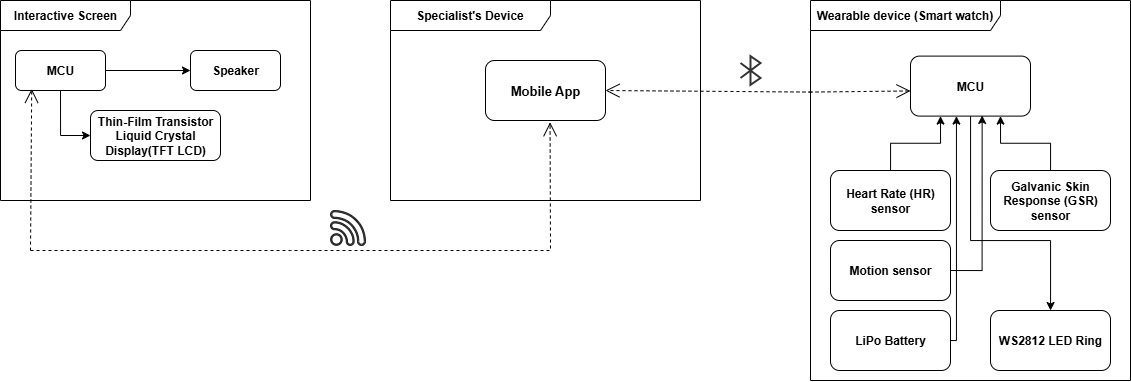
Above: figure/blockdiagram4.drawio.png in Batoul-Shaheen/Smart-Assistant-System-for-Children-with-Autism-Graduation-Project (draw.io), before the change. Source tidied: cells renumbered, new cells last; positions are measured from the earlier drawing's top-left corner, leaving out a move shared by most shapes.
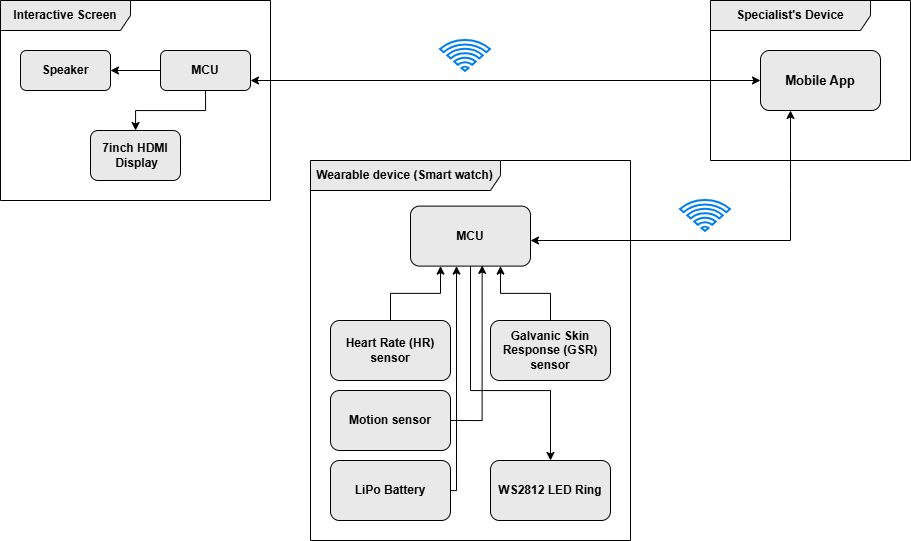
Above is the later version.

Change to the diagram source:
```diff
@@ -2,105 +2,97 @@
   <root>
     <mxCell id="0" />
     <mxCell id="1" parent="0" />
-    <mxCell id="2" style="edgeStyle=orthogonalEdgeStyle;rounded=0;jettySize=auto;html=1;" parent="1" edge="1" source="3" target="11">
+    <mxCell id="2" style="edgeStyle=orthogonalEdgeStyle;rounded=0;jettySize=auto;html=1;fillColor=#E9E9E9;" parent="1" edge="1" source="3" target="11">
       <mxGeometry relative="1" as="geometry">
         <Array as="points">
-          <mxPoint x="970" y="240" />
-          <mxPoint x="1050" y="240" />
+          <mxPoint x="550" y="390" />
+          <mxPoint x="630" y="390" />
         </Array>
       </mxGeometry>
     </mxCell>
-    <mxCell id="3" value="&lt;b&gt;MCU&lt;/b&gt;" style="rounded=1;whiteSpace=wrap;html=1;labelBackgroundColor=none;" parent="1" vertex="1">
-      <mxGeometry x="910" y="55.6" width="120" height="60" as="geometry" />
+    <mxCell id="3" value="&lt;b&gt;MCU&lt;/b&gt;" style="rounded=1;whiteSpace=wrap;html=1;labelBackgroundColor=none;fillColor=#E9E9E9;" parent="1" vertex="1">
+      <mxGeometry x="490" y="205.6" width="120" height="60" as="geometry" />
     </mxCell>
-    <mxCell id="4" style="edgeStyle=orthogonalEdgeStyle;rounded=0;jettySize=auto;html=1;entryX=0.75;entryY=1;entryDx=0;entryDy=0;" parent="1" edge="1" source="5" target="3">
+    <mxCell id="4" style="edgeStyle=orthogonalEdgeStyle;rounded=0;jettySize=auto;html=1;entryX=0.75;entryY=1;entryDx=0;entryDy=0;fillColor=#E9E9E9;" parent="1" edge="1" source="5" target="3">
       <mxGeometry relative="1" as="geometry" />
     </mxCell>
-    <mxCell id="5" value="&lt;span id=&quot;docs-internal-guid-1d2b2df4-7fff-5331-a6de-4bb7f2f5ade0&quot;&gt;&lt;span style=&quot;font-family: Arial, sans-serif; background-color: transparent; font-variant-numeric: normal; font-variant-east-asian: normal; font-variant-alternates: normal; font-variant-position: normal; font-variant-emoji: normal; vertical-align: baseline; white-space-collapse: preserve;&quot;&gt;&lt;font&gt;&lt;b&gt;Galvanic Skin Response (GSR) sensor&lt;/b&gt;&lt;/font&gt;&lt;/span&gt;&lt;/span&gt;" style="rounded=1;whiteSpace=wrap;html=1;labelBackgroundColor=none;" parent="1" vertex="1">
-      <mxGeometry x="990" y="170" width="120" height="60" as="geometry" />
+    <mxCell id="5" value="&lt;span id=&quot;docs-internal-guid-1d2b2df4-7fff-5331-a6de-4bb7f2f5ade0&quot;&gt;&lt;span style=&quot;font-family: Arial, sans-serif; background-color: transparent; font-variant-numeric: normal; font-variant-east-asian: normal; font-variant-alternates: normal; font-variant-position: normal; font-variant-emoji: normal; vertical-align: baseline; white-space-collapse: preserve;&quot;&gt;&lt;font&gt;&lt;b&gt;Galvanic Skin Response (GSR) sensor&lt;/b&gt;&lt;/font&gt;&lt;/span&gt;&lt;/span&gt;" style="rounded=1;whiteSpace=wrap;html=1;labelBackgroundColor=none;fillColor=#E9E9E9;" parent="1" vertex="1">
+      <mxGeometry x="570" y="320" width="120" height="60" as="geometry" />
     </mxCell>
-    <mxCell id="6" style="edgeStyle=orthogonalEdgeStyle;rounded=0;jettySize=auto;html=1;entryX=0.25;entryY=1;entryDx=0;entryDy=0;" parent="1" edge="1" source="7" target="3">
+    <mxCell id="6" style="edgeStyle=orthogonalEdgeStyle;rounded=0;jettySize=auto;html=1;entryX=0.25;entryY=1;entryDx=0;entryDy=0;fillColor=#E9E9E9;" parent="1" edge="1" source="7" target="3">
       <mxGeometry relative="1" as="geometry" />
     </mxCell>
-    <mxCell id="7" value="&lt;b&gt;Heart Rate (HR) sensor&lt;/b&gt;" style="rounded=1;whiteSpace=wrap;html=1;labelBackgroundColor=none;" parent="1" vertex="1">
-      <mxGeometry x="830" y="170" width="120" height="60" as="geometry" />
+    <mxCell id="7" value="&lt;b&gt;Heart Rate (HR) sensor&lt;/b&gt;" style="rounded=1;whiteSpace=wrap;html=1;labelBackgroundColor=none;fillColor=#E9E9E9;" parent="1" vertex="1">
+      <mxGeometry x="410" y="320" width="120" height="60" as="geometry" />
     </mxCell>
-    <mxCell id="8" style="edgeStyle=orthogonalEdgeStyle;rounded=0;orthogonalLoop=1;jettySize=auto;html=1;exitX=0;exitY=0.5;exitDx=0;exitDy=0;entryX=0;entryY=0.5;entryDx=0;entryDy=0;" parent="1" edge="1" source="9" target="9">
+    <mxCell id="8" style="edgeStyle=orthogonalEdgeStyle;rounded=0;orthogonalLoop=1;jettySize=auto;html=1;exitX=0;exitY=0.5;exitDx=0;exitDy=0;entryX=0;entryY=0.5;entryDx=0;entryDy=0;fillColor=#E9E9E9;" parent="1" edge="1" source="9" target="9">
       <mxGeometry relative="1" as="geometry" />
     </mxCell>
-    <mxCell id="9" value="&lt;b&gt;Speaker&lt;/b&gt;" style="rounded=1;whiteSpace=wrap;html=1;labelBackgroundColor=none;" parent="1" vertex="1">
-      <mxGeometry x="190" y="50" width="90" height="40" as="geometry" />
+    <mxCell id="9" value="&lt;b&gt;Speaker&lt;/b&gt;" style="rounded=1;whiteSpace=wrap;html=1;labelBackgroundColor=none;fillColor=#E9E9E9;" parent="1" vertex="1">
+      <mxGeometry x="100" y="50" width="90" height="40" as="geometry" />
     </mxCell>
-    <mxCell id="10" value="&lt;font&gt;&lt;b&gt;&lt;span id=&quot;docs-internal-guid-b77b8f1c-7fff-7668-a700-44bb1193938d&quot;&gt;&lt;span style=&quot;font-family: Arial, sans-serif; background-color: transparent; font-variant-numeric: normal; font-variant-east-asian: normal; font-variant-alternates: normal; font-variant-position: normal; font-variant-emoji: normal; vertical-align: baseline; white-space-collapse: preserve;&quot;&gt;Thin-Film Transistor Liquid Crystal Display(&lt;/span&gt;&lt;/span&gt;&lt;span id=&quot;docs-internal-guid-f0ff8ede-7fff-e09f-75ba-0ded49d70a49&quot;&gt;&lt;span style=&quot;font-family: Arial, sans-serif; background-color: transparent; font-variant-numeric: normal; font-variant-east-asian: normal; font-variant-alternates: normal; font-variant-position: normal; font-variant-emoji: normal; vertical-align: baseline; white-space-collapse: preserve;&quot;&gt;TFT &lt;/span&gt;&lt;/span&gt;LCD)&lt;/b&gt;&lt;/font&gt;" style="rounded=1;whiteSpace=wrap;html=1;labelBackgroundColor=none;" parent="1" vertex="1">
-      <mxGeometry x="90" y="110" width="130" height="50" as="geometry" />
+    <mxCell id="10" value="&lt;font face=&quot;Arial, sans-serif&quot;&gt;&lt;span style=&quot;white-space-collapse: preserve;&quot;&gt;&lt;b&gt;7inch HDMI&lt;/b&gt;&lt;/span&gt;&lt;/font&gt;&lt;div&gt;&lt;font face=&quot;Arial, sans-serif&quot;&gt;&lt;span style=&quot;white-space-collapse: preserve;&quot;&gt;&lt;b&gt; Display&lt;/b&gt;&lt;/span&gt;&lt;/font&gt;&lt;/div&gt;" style="rounded=1;whiteSpace=wrap;html=1;labelBackgroundColor=none;fillColor=#E9E9E9;" parent="1" vertex="1">
+      <mxGeometry x="170" y="130" width="90" height="50" as="geometry" />
     </mxCell>
-    <mxCell id="11" value="&lt;b&gt;WS2812 LED Ring&lt;/b&gt;" style="rounded=1;whiteSpace=wrap;html=1;labelBackgroundColor=none;" parent="1" vertex="1">
-      <mxGeometry x="990" y="310" width="120" height="60" as="geometry" />
+    <mxCell id="11" value="&lt;b&gt;WS2812 LED Ring&lt;/b&gt;" style="rounded=1;whiteSpace=wrap;html=1;labelBackgroundColor=none;fillColor=#E9E9E9;" parent="1" vertex="1">
+      <mxGeometry x="570" y="460" width="120" height="60" as="geometry" />
     </mxCell>
-    <mxCell id="12" value="&lt;font&gt;&lt;b style=&quot;&quot;&gt;Interactive Screen&lt;/b&gt;&lt;/font&gt;" style="shape=umlFrame;whiteSpace=wrap;html=1;width=130;height=30;" parent="1" vertex="1">
-      <mxGeometry width="310" height="200" as="geometry" />
+    <mxCell id="12" value="&lt;font&gt;&lt;b style=&quot;&quot;&gt;Interactive Screen&lt;/b&gt;&lt;/font&gt;" style="shape=umlFrame;whiteSpace=wrap;html=1;width=130;height=30;fillColor=#E9E9E9;" parent="1" vertex="1">
+      <mxGeometry x="80" width="270" height="200" as="geometry" />
     </mxCell>
-    <mxCell id="13" style="edgeStyle=orthogonalEdgeStyle;rounded=0;jettySize=auto;html=1;exitX=1;exitY=0.5;exitDx=0;exitDy=0;" parent="1" edge="1" source="23" target="9">
-      <mxGeometry relative="1" as="geometry" />
-    </mxCell>
-    <mxCell id="14" value="&lt;b style=&quot;text-align: left;&quot;&gt;&lt;font&gt;Wearable device (Smart watch)&lt;/font&gt;&lt;/b&gt;" style="shape=umlFrame;whiteSpace=wrap;html=1;width=190;height=30;" parent="1" vertex="1">
-      <mxGeometry x="810" width="320" height="380" as="geometry" />
+    <mxCell id="14" value="&lt;b style=&quot;text-align: left;&quot;&gt;&lt;font&gt;Wearable device (Smart watch)&lt;/font&gt;&lt;/b&gt;" style="shape=umlFrame;whiteSpace=wrap;html=1;width=190;height=30;fillColor=#E9E9E9;" parent="1" vertex="1">
+      <mxGeometry x="390" y="160" width="320" height="380" as="geometry" />
     </mxCell>
-    <mxCell id="15" value="&lt;div style=&quot;&quot;&gt;&lt;b style=&quot;&quot;&gt;&lt;font&gt;Specialist's Device&lt;/font&gt;&lt;/b&gt;&lt;/div&gt;" style="shape=umlFrame;whiteSpace=wrap;html=1;width=160;height=30;align=center;" parent="1" vertex="1">
-      <mxGeometry x="390" width="310" height="200" as="geometry" />
+    <mxCell id="15" value="&lt;div style=&quot;&quot;&gt;&lt;b style=&quot;&quot;&gt;&lt;font&gt;Specialist's Device&lt;/font&gt;&lt;/b&gt;&lt;/div&gt;" style="shape=umlFrame;whiteSpace=wrap;html=1;width=160;height=30;align=center;fillColor=#E9E9E9;" parent="1" vertex="1">
+      <mxGeometry x="790" width="200" height="160" as="geometry" />
     </mxCell>
-    <mxCell id="16" value="&lt;p class=&quot;&quot;&gt;&lt;strong&gt;&lt;font style=&quot;font-size: 13px;&quot;&gt;Mobile App&lt;/font&gt;&lt;/strong&gt;&lt;/p&gt;" style="rounded=1;whiteSpace=wrap;html=1;labelBackgroundColor=none;" parent="1" vertex="1">
-      <mxGeometry x="485" y="60" width="120" height="60" as="geometry" />
+    <mxCell id="16" value="&lt;p class=&quot;&quot;&gt;&lt;strong&gt;&lt;font style=&quot;font-size: 13px;&quot;&gt;Mobile App&lt;/font&gt;&lt;/strong&gt;&lt;/p&gt;" style="rounded=1;whiteSpace=wrap;html=1;labelBackgroundColor=none;fillColor=#E9E9E9;" parent="1" vertex="1">
+      <mxGeometry x="840" y="50" width="120" height="60" as="geometry" />
     </mxCell>
-    <mxCell id="17" value="&lt;b&gt;LiPo Battery&lt;/b&gt;" style="rounded=1;whiteSpace=wrap;html=1;labelBackgroundColor=none;" parent="1" vertex="1">
-      <mxGeometry x="830" y="310" width="120" height="60" as="geometry" />
+    <mxCell id="17" value="&lt;b&gt;LiPo Battery&lt;/b&gt;" style="rounded=1;whiteSpace=wrap;html=1;labelBackgroundColor=none;fillColor=#E9E9E9;" parent="1" vertex="1">
+      <mxGeometry x="410" y="460" width="120" height="60" as="geometry" />
     </mxCell>
-    <mxCell id="18" style="html=1;verticalLabelPosition=bottom;align=center;labelBackgroundColor=#ffffff;verticalAlign=top;strokeWidth=2;strokeColor=#333333;shadow=0;dashed=0;shape=mxgraph.ios7.icons.bluetooth;" parent="1" vertex="1">
-      <mxGeometry x="740" y="55.6" width="20" height="28.8" as="geometry" />
-    </mxCell>
-    <mxCell id="19" value="&lt;span id=&quot;docs-internal-guid-1d2b2df4-7fff-5331-a6de-4bb7f2f5ade0&quot;&gt;&lt;span style=&quot;font-family: Arial, sans-serif; background-color: transparent; font-variant-numeric: normal; font-variant-east-asian: normal; font-variant-alternates: normal; font-variant-position: normal; font-variant-emoji: normal; vertical-align: baseline; white-space-collapse: preserve;&quot;&gt;&lt;font&gt;&lt;b&gt;Motion sensor&lt;/b&gt;&lt;/font&gt;&lt;/span&gt;&lt;/span&gt;" style="rounded=1;whiteSpace=wrap;html=1;labelBackgroundColor=none;" parent="1" vertex="1">
-      <mxGeometry x="830" y="240" width="120" height="60" as="geometry" />
+    <mxCell id="19" value="&lt;span id=&quot;docs-internal-guid-1d2b2df4-7fff-5331-a6de-4bb7f2f5ade0&quot;&gt;&lt;span style=&quot;font-family: Arial, sans-serif; background-color: transparent; font-variant-numeric: normal; font-variant-east-asian: normal; font-variant-alternates: normal; font-variant-position: normal; font-variant-emoji: normal; vertical-align: baseline; white-space-collapse: preserve;&quot;&gt;&lt;font&gt;&lt;b&gt;Motion sensor&lt;/b&gt;&lt;/font&gt;&lt;/span&gt;&lt;/span&gt;" style="rounded=1;whiteSpace=wrap;html=1;labelBackgroundColor=none;fillColor=#E9E9E9;" parent="1" vertex="1">
+      <mxGeometry x="410" y="390" width="120" height="60" as="geometry" />
     </mxCell>
-    <mxCell id="20" style="edgeStyle=orthogonalEdgeStyle;rounded=0;jettySize=auto;html=1;" parent="1" edge="1" source="17" target="3">
+    <mxCell id="20" style="edgeStyle=orthogonalEdgeStyle;rounded=0;jettySize=auto;html=1;fillColor=#E9E9E9;" parent="1" edge="1" source="17" target="3">
       <mxGeometry relative="1" as="geometry">
         <Array as="points">
-          <mxPoint x="956" y="340" />
+          <mxPoint x="536" y="490" />
         </Array>
       </mxGeometry>
     </mxCell>
-    <mxCell id="21" style="edgeStyle=orthogonalEdgeStyle;rounded=0;jettySize=auto;html=1;exitX=1;exitY=0.5;exitDx=0;exitDy=0;entryX=0.597;entryY=0.989;entryDx=0;entryDy=0;entryPerimeter=0;" parent="1" edge="1" source="19" target="3">
+    <mxCell id="21" style="edgeStyle=orthogonalEdgeStyle;rounded=0;jettySize=auto;html=1;exitX=1;exitY=0.5;exitDx=0;exitDy=0;entryX=0.597;entryY=0.989;entryDx=0;entryDy=0;entryPerimeter=0;fillColor=#E9E9E9;" parent="1" edge="1" source="19" target="3">
       <mxGeometry relative="1" as="geometry" />
     </mxCell>
+    <mxCell id="13" style="edgeStyle=orthogonalEdgeStyle;rounded=0;jettySize=auto;html=1;fillColor=#E9E9E9;" parent="1" edge="1" source="23" target="9">
+      <mxGeometry relative="1" as="geometry" />
+    </mxCell>
-    <mxCell id="22" style="edgeStyle=orthogonalEdgeStyle;rounded=0;jettySize=auto;html=1;exitX=0.5;exitY=1;exitDx=0;exitDy=0;entryX=0;entryY=0.5;entryDx=0;entryDy=0;" parent="1" edge="1" source="23" target="10">
+    <mxCell id="22" style="edgeStyle=orthogonalEdgeStyle;rounded=0;jettySize=auto;html=1;fillColor=#E9E9E9;" parent="1" edge="1" source="23" target="10">
       <mxGeometry relative="1" as="geometry" />
     </mxCell>
-    <mxCell id="23" value="&lt;b&gt;MCU&lt;/b&gt;" style="rounded=1;whiteSpace=wrap;html=1;labelBackgroundColor=none;" parent="1" vertex="1">
-      <mxGeometry x="15" y="50" width="90" height="40" as="geometry" />
+    <mxCell id="23" value="&lt;b&gt;MCU&lt;/b&gt;" style="rounded=1;whiteSpace=wrap;html=1;labelBackgroundColor=none;fillColor=#E9E9E9;" parent="1" vertex="1">
+      <mxGeometry x="240" y="50" width="90" height="40" as="geometry" />
     </mxCell>
-    <mxCell id="24" style="endArrow=open;endSize=12;dashed=1;html=1;rounded=0;entryX=0.538;entryY=1.029;entryDx=0;entryDy=0;entryPerimeter=0;" parent="1" edge="1" target="16">
-      <mxGeometry relative="1" as="geometry">
-        <mxPoint x="30" y="250" as="sourcePoint" />
-        <Array as="points">
-          <mxPoint x="290" y="250" />
-          <mxPoint x="550" y="250" />
-        </Array>
-      </mxGeometry>
-    </mxCell>
-    <mxCell id="25" style="endArrow=open;endSize=12;dashed=1;html=1;rounded=0;entryX=0.18;entryY=0.96;entryDx=0;entryDy=0;entryPerimeter=0;" parent="1" edge="1" target="23">
-      <mxGeometry x="1" relative="1" as="geometry">
-        <mxPoint x="30" y="250" as="sourcePoint" />
-      </mxGeometry>
-    </mxCell>
-    <mxCell id="26" style="endArrow=open;endSize=12;dashed=1;html=1;rounded=0;exitX=0.003;exitY=0.241;exitDx=0;exitDy=0;exitPerimeter=0;" parent="1" edge="1" source="14">
-      <mxGeometry relative="1" as="geometry">
-        <mxPoint x="605" y="90" as="targetPoint" />
-      </mxGeometry>
-    </mxCell>
-    <mxCell id="27" style="endArrow=open;endSize=12;dashed=1;html=1;rounded=0;exitX=-0.003;exitY=0.241;exitDx=0;exitDy=0;exitPerimeter=0;entryX=0;entryY=0.581;entryDx=0;entryDy=0;entryPerimeter=0;" parent="1" edge="1" source="14" target="3">
-      <mxGeometry x="1" relative="1" as="geometry" />
-    </mxCell>
-    <mxCell id="28" style="sketch=0;shadow=0;dashed=0;html=1;strokeColor=#1F1F1F;fillColor=#434445;labelPosition=center;verticalLabelPosition=bottom;verticalAlign=top;align=center;shape=mxgraph.vvd.wi_fi;" parent="1" vertex="1">
-      <mxGeometry x="330" y="210" width="35" height="35" as="geometry" />
-    </mxCell>
+    <mxCell id="29" style="endArrow=classic;startArrow=classic;html=1;rounded=0;entryX=0.25;entryY=1;entryDx=0;entryDy=0;" parent="1" edge="1" target="16">
+      <mxGeometry relative="1" as="geometry">
+        <mxPoint x="610" y="240" as="sourcePoint" />
+        <Array as="points">
+          <mxPoint x="870" y="240" />
+          <mxPoint x="870" y="190" />
+        </Array>
+      </mxGeometry>
+    </mxCell>
+    <mxCell id="30" style="endArrow=classic;startArrow=classic;html=1;rounded=0;exitX=1;exitY=0.75;exitDx=0;exitDy=0;fillColor=#000000;" parent="1" edge="1" source="23">
+      <mxGeometry relative="1" as="geometry">
+        <mxPoint x="840" y="80" as="targetPoint" />
+      </mxGeometry>
+    </mxCell>
+    <mxCell id="31" style="html=1;verticalLabelPosition=bottom;align=center;labelBackgroundColor=#ffffff;verticalAlign=top;strokeWidth=2;strokeColor=#0080F0;shadow=0;dashed=0;shape=mxgraph.ios7.icons.wifi;" parent="1" vertex="1">
+      <mxGeometry x="520" y="40" width="50" height="31" as="geometry" />
+    </mxCell>
+    <mxCell id="32" style="html=1;verticalLabelPosition=bottom;align=center;labelBackgroundColor=#ffffff;verticalAlign=top;strokeWidth=2;strokeColor=#0080F0;shadow=0;dashed=0;shape=mxgraph.ios7.icons.wifi;" parent="1" vertex="1">
+      <mxGeometry x="760" y="200" width="50" height="31" as="geometry" />
+    </mxCell>
   </root>
 </mxGraphModel>
```
